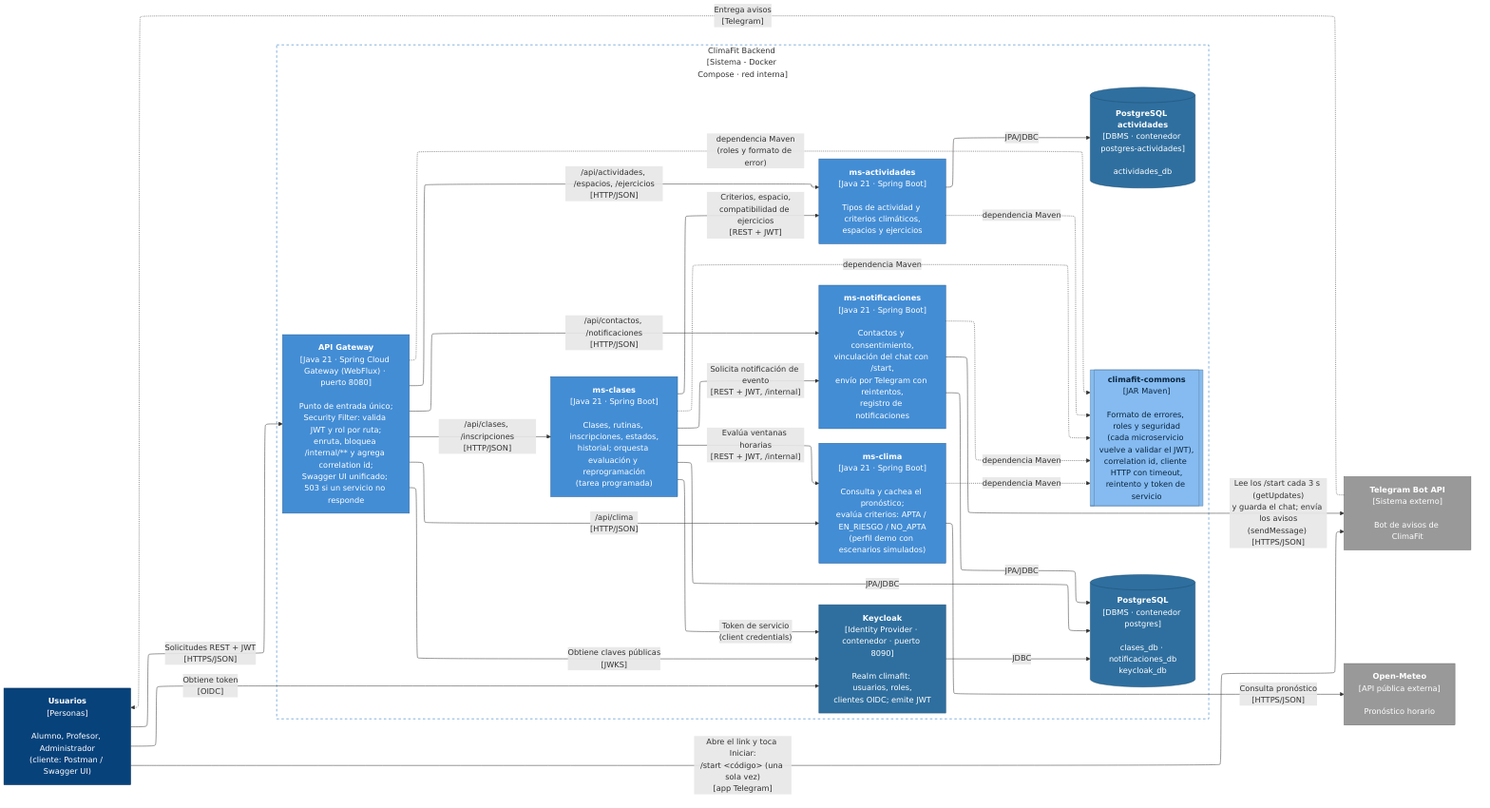
The Mermaid diagram docs/diagramas/c4-contenedores.png in tomy91449/climafit, before a commit. Its source is kept beside it as docs/diagramas/c4-contenedores.mmd.
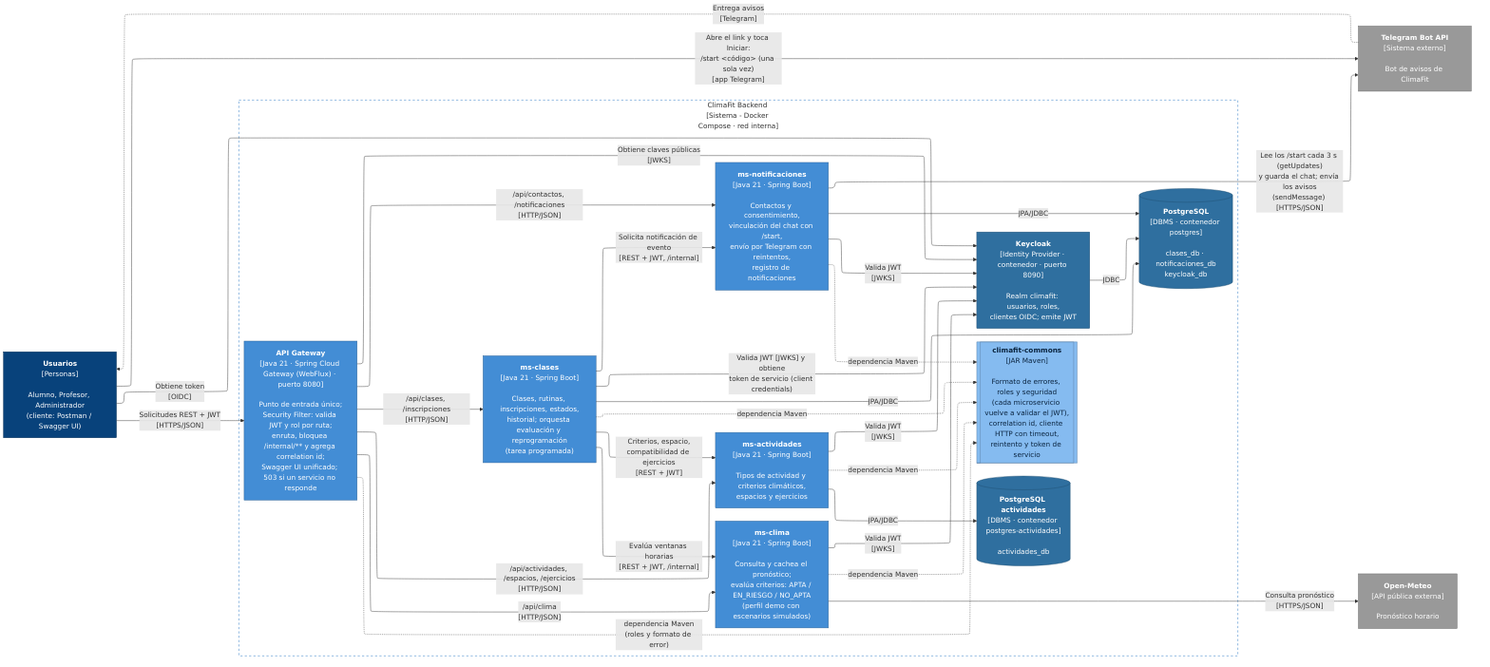
Above is the later version.

What changed in the source:
```diff
@@ -32,7 +32,10 @@
   clases -- "Criterios, espacio,<br/>compatibilidad de ejercicios<br/>[REST + JWT]" --> actividades
   clases -- "Evalúa ventanas horarias<br/>[REST + JWT, /internal]" --> clima
   clases -- "Solicita notificación de evento<br/>[REST + JWT, /internal]" --> notificaciones
-  clases -- "Token de servicio<br/>(client credentials)" --> keycloak
+  clases -- "Valida JWT [JWKS] y obtiene<br/>token de servicio (client credentials)" --> keycloak
+  actividades -- "Valida JWT<br/>[JWKS]" --> keycloak
+  clima -- "Valida JWT<br/>[JWKS]" --> keycloak
+  notificaciones -- "Valida JWT<br/>[JWKS]" --> keycloak
 
   actividades -- "JPA/JDBC" --> dbActividades
   clases -- "JPA/JDBC" --> db
```
